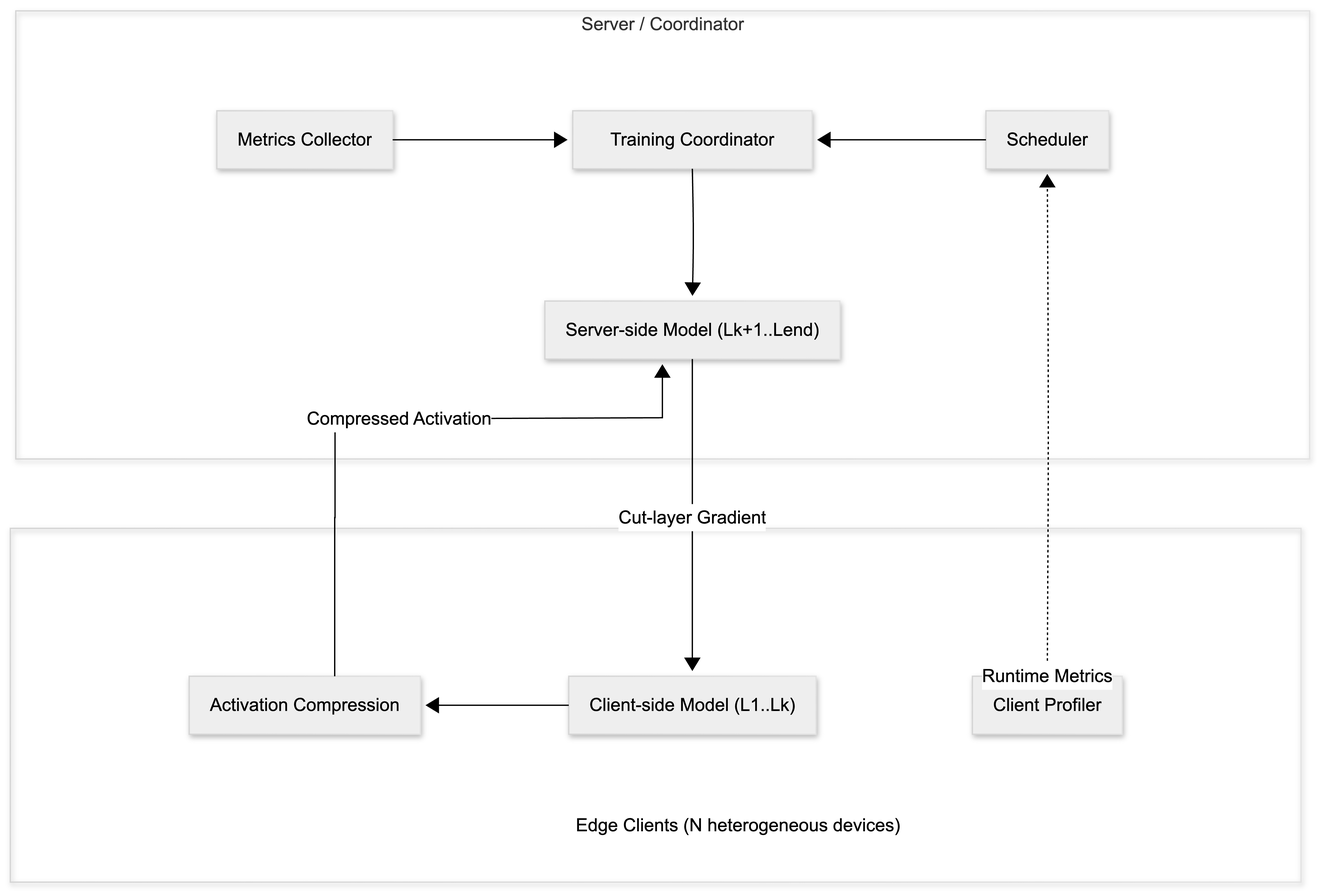
Neltharion1127/csc8114 keeps this Mermaid diagram as paper/diagrams/Architecture.png. Above is the earlier version. Its source is kept beside it as paper/diagrams/Architecture.mmd.
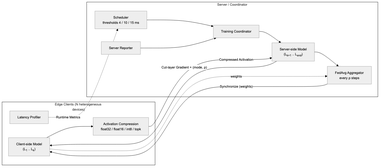
The same diagram one commit later.

Diff of the diagram source:
```diff
@@ -3,7 +3,7 @@
   theme: neutral
   themeVariables:
     fontFamily: arial
-    fontSize: 14px
+    fontSize: 13px
     primaryColor: '#ffffff'
     primaryTextColor: '#000000'
     primaryBorderColor: '#000000'
@@ -15,27 +15,25 @@
   layout: fixed
 ---
 flowchart LR
- subgraph C["<br>"]
-        M["Client-side Model (L1..Lk)"]
-        AC["Activation Compression"]
-        P["Client Profiler"]
+ subgraph C["Edge Clients (N heterogeneous devices)"]
+        M["Client-side Model<br/>(L<sub>1</sub> .. L<sub>k</sub>)"]
+        AC["Activation Compression<br/>float32 / float16 / int8 / topk"]
+        P["Latency Profiler"]
   end
  subgraph S["Server / Coordinator"]
-        SM["Server-side Model (Lk+1..Lend)"]
-        SCH["Scheduler"]
-        COOR@{ label: "<p class=\"p1\">Training Coordinator</p>" }
-        MET["Metrics Collector"]
+        SM["Server-side Model<br/>(L<sub>k+1</sub> .. L<sub>end</sub>)"]
+        FA["FedAvg Aggregator<br/>every &rho; steps"]
+        SCH["Scheduler<br/>thresholds 4 / 10 / 15 ms"]
+        COOR["Training Coordinator"]
+        REP["Server Reporter"]
   end
     M --> AC
-    SM -- "<span style=color:>Cut-layer Gradient</span>" --> M
+    SM -- "Cut-layer Gradient + (mode, &rho;)" --> M
     SCH --> COOR
     COOR --> SM
-    P -. "<span style=color:>Runtime Metrics</span>" .-> SCH
-    MET --> COOR
-    AC L_AC_SM_0@-- Compressed Activation --> SM
-    n1@{ label: "<span style=\"color:\">Edge Clients (N heterogeneous devices)</span>" }
-
-    COOR@{ shape: rect}
-    n1@{ shape: text}
-
-    L_AC_SM_0@{ curve: linear }
+    P -. "Runtime Metrics" .-> SCH
+    REP --> COOR
+    AC -- "Compressed Activation" --> SM
+    SM --> FA
+    FA -- "Synchronize (weights)" --> M
+    M -. "weights" .-> FA
```
